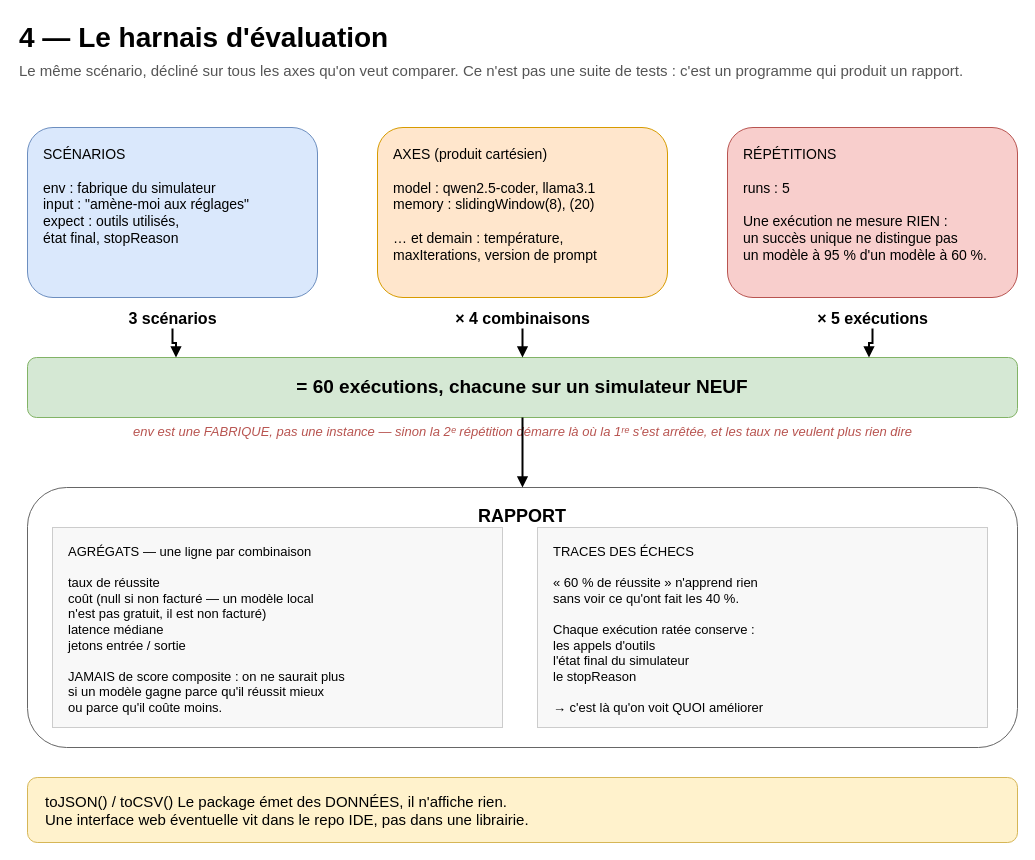
Before: page "4 : Le harnais" (4 of 5) of docs/schema/Architecture-agent-core.drawio in A-World-Felt/NATHAN-agent-package, a draw.io diagram. Source tidied: cells renumbered, new cells numbered last; positions are measured from the earlier drawing's top-left corner, leaving out a move shared by most shapes. Both pictures are drawn from the tidied source at 100%, with x=0, y=0 at pixel (17, 17).
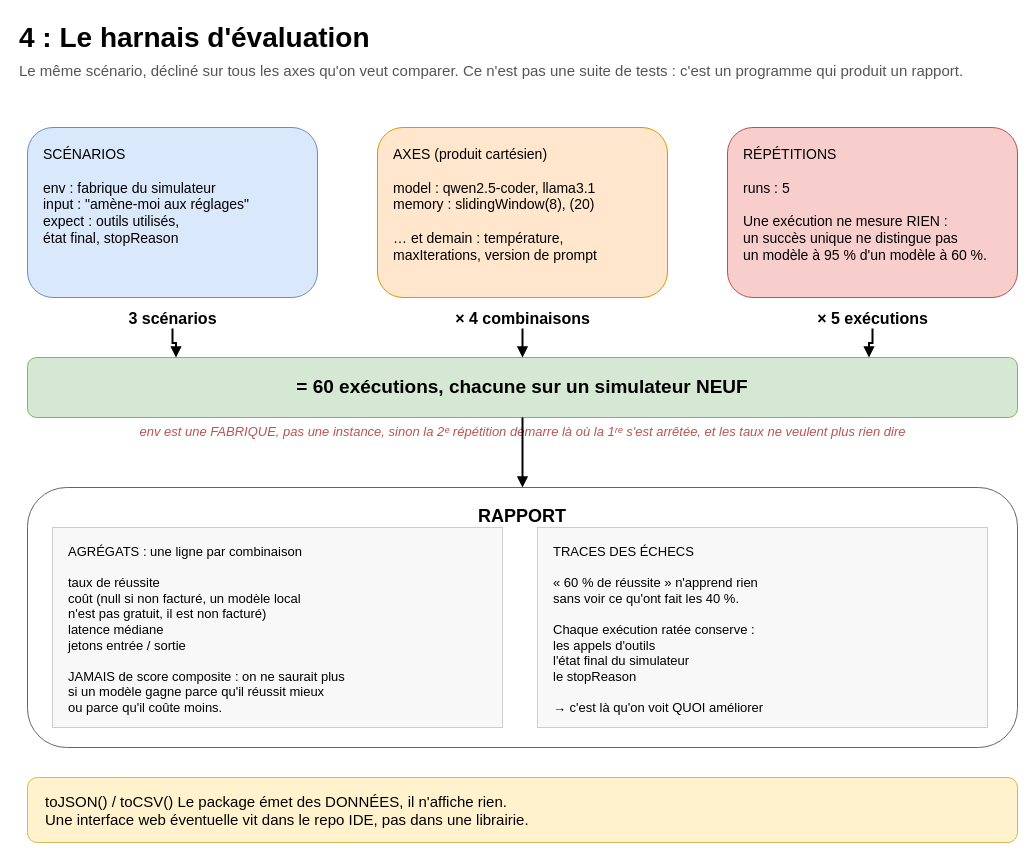
The same diagram, later.

Diff of the diagram source:
```diff
@@
 <mxGraphModel>
   <root>
     <mxCell id="0" />
     <mxCell id="1" parent="0" />
-    <mxCell id="2" value="4 — Le harnais d'évaluation" style="text;html=1;align=left;verticalAlign=middle;fontSize=28;fontStyle=1;" parent="1" vertex="1">
+    <mxCell id="2" value="4 : Le harnais d'évaluation" style="text;html=1;align=left;verticalAlign=middle;fontSize=28;fontStyle=1;" parent="1" vertex="1">
       <mxGeometry width="600" height="40" as="geometry" />
     </mxCell>
     <mxCell id="3" value="Le même scénario, décliné sur tous les axes qu'on veut comparer. Ce n'est pas une suite de tests : c'est un programme qui produit un rapport." style="text;html=1;align=left;verticalAlign=middle;fontSize=15;fontColor=#555555;" parent="1" vertex="1">
       <mxGeometry y="38" width="1000" height="30" as="geometry" />
     </mxCell>
     <mxCell id="4" value="SCÉNARIOS&#10;&#10;env : fabrique du simulateur&#10;input : &quot;amène-moi aux réglages&quot;&#10;expect : outils utilisés,&#10;              état final, stopReason" style="rounded=1;whiteSpace=wrap;html=1;fillColor=#dae8fc;strokeColor=#6c8ebf;align=left;spacingLeft=14;verticalAlign=top;spacingTop=12;fontSize=14;" parent="1" vertex="1">
       <mxGeometry x="10" y="110" width="290" height="170" as="geometry" />
     </mxCell>
     <mxCell id="5" value="3 scénarios" style="text;html=1;align=center;fontSize=16;fontStyle=1;" parent="1" vertex="1">
       <mxGeometry x="10" y="285" width="290" height="26" as="geometry" />
     </mxCell>
     <mxCell id="6" value="AXES  (produit cartésien)&#10;&#10;model  : qwen2.5-coder, llama3.1&#10;memory : slidingWindow(8), (20)&#10;&#10;… et demain : température,&#10;maxIterations, version de prompt" style="rounded=1;whiteSpace=wrap;html=1;fillColor=#ffe6cc;strokeColor=#d79b00;align=left;spacingLeft=14;verticalAlign=top;spacingTop=12;fontSize=14;" parent="1" vertex="1">
       <mxGeometry x="360" y="110" width="290" height="170" as="geometry" />
     </mxCell>
     <mxCell id="7" value="× 4 combinaisons" style="text;html=1;align=center;fontSize=16;fontStyle=1;" parent="1" vertex="1">
       <mxGeometry x="360" y="285" width="290" height="26" as="geometry" />
     </mxCell>
     <mxCell id="8" value="RÉPÉTITIONS&#10;&#10;runs : 5&#10;&#10;Une exécution ne mesure RIEN :&#10;un succès unique ne distingue pas&#10;un modèle à 95 % d'un modèle à 60 %." style="rounded=1;whiteSpace=wrap;html=1;fillColor=#f8cecc;strokeColor=#b85450;align=left;spacingLeft=14;verticalAlign=top;spacingTop=12;fontSize=14;" parent="1" vertex="1">
       <mxGeometry x="710" y="110" width="290" height="170" as="geometry" />
     </mxCell>
     <mxCell id="9" value="× 5 exécutions" style="text;html=1;align=center;fontSize=16;fontStyle=1;" parent="1" vertex="1">
       <mxGeometry x="710" y="285" width="290" height="26" as="geometry" />
     </mxCell>
     <mxCell id="10" value="=  60 exécutions,  chacune sur un simulateur NEUF" style="rounded=1;whiteSpace=wrap;html=1;fillColor=#d5e8d4;strokeColor=#82b366;fontSize=19;fontStyle=1;verticalAlign=middle;" parent="1" vertex="1">
       <mxGeometry x="10" y="340" width="990" height="60" as="geometry" />
     </mxCell>
-    <mxCell id="11" value="env est une FABRIQUE, pas une instance — sinon la 2ᵉ répétition démarre là où la 1ʳᵉ s'est arrêtée, et les taux ne veulent plus rien dire" style="text;html=1;align=center;fontSize=13;fontColor=#b85450;fontStyle=2;" parent="1" vertex="1">
+    <mxCell id="11" value="env est une FABRIQUE, pas une instance, sinon la 2ᵉ répétition démarre là où la 1ʳᵉ s'est arrêtée, et les taux ne veulent plus rien dire" style="text;html=1;align=center;fontSize=13;fontColor=#b85450;fontStyle=2;" parent="1" vertex="1">
       <mxGeometry x="10" y="400" width="990" height="26" as="geometry" />
     </mxCell>
     <mxCell id="12" style="edgeStyle=orthogonalEdgeStyle;rounded=0;html=1;endArrow=block;strokeWidth=2;exitX=0.5;exitY=1;exitDx=0;exitDy=0;entryX=0.15;entryY=0;entryDx=0;entryDy=0;" parent="1" edge="1" source="5" target="10">
       <mxGeometry relative="1" as="geometry" />
     </mxCell>
     <mxCell id="13" style="edgeStyle=orthogonalEdgeStyle;rounded=0;html=1;endArrow=block;strokeWidth=2;exitX=0.5;exitY=1;exitDx=0;exitDy=0;entryX=0.5;entryY=0;entryDx=0;entryDy=0;" parent="1" edge="1" source="7" target="10">
       <mxGeometry relative="1" as="geometry" />
     </mxCell>
     <mxCell id="14" style="edgeStyle=orthogonalEdgeStyle;rounded=0;html=1;endArrow=block;strokeWidth=2;exitX=0.5;exitY=1;exitDx=0;exitDy=0;entryX=0.85;entryY=0;entryDx=0;entryDy=0;" parent="1" edge="1" source="9" target="10">
       <mxGeometry relative="1" as="geometry" />
     </mxCell>
     <mxCell id="15" value="RAPPORT" style="rounded=1;whiteSpace=wrap;html=1;fillColor=#ffffff;strokeColor=#666666;fontSize=18;fontStyle=1;verticalAlign=top;spacingTop=12;" parent="1" vertex="1">
       <mxGeometry x="10" y="470" width="990" height="260" as="geometry" />
     </mxCell>
-    <mxCell id="16" value="AGRÉGATS — une ligne par combinaison&#10;&#10;taux de réussite&#10;coût  (null si non facturé — un modèle local&#10;         n'est pas gratuit, il est non facturé)&#10;latence médiane&#10;jetons entrée / sortie&#10;&#10;JAMAIS de score composite : on ne saurait plus&#10;si un modèle gagne parce qu'il réussit mieux&#10;ou parce qu'il coûte moins." style="rounded=0;whiteSpace=wrap;html=1;fillColor=#f8f8f8;strokeColor=#cccccc;align=left;spacingLeft=14;verticalAlign=top;spacingTop=10;fontSize=13;" parent="1" vertex="1">
+    <mxCell id="16" value="AGRÉGATS : une ligne par combinaison&#10;&#10;taux de réussite&#10;coût  (null si non facturé, un modèle local&#10;         n'est pas gratuit, il est non facturé)&#10;latence médiane&#10;jetons entrée / sortie&#10;&#10;JAMAIS de score composite : on ne saurait plus&#10;si un modèle gagne parce qu'il réussit mieux&#10;ou parce qu'il coûte moins." style="rounded=0;whiteSpace=wrap;html=1;fillColor=#f8f8f8;strokeColor=#cccccc;align=left;spacingLeft=14;verticalAlign=top;spacingTop=10;fontSize=13;" parent="1" vertex="1">
       <mxGeometry x="35" y="510" width="450" height="200" as="geometry" />
     </mxCell>
     <mxCell id="17" value="TRACES DES ÉCHECS&#10;&#10;« 60 % de réussite » n'apprend rien&#10;sans voir ce qu'ont fait les 40 %.&#10;&#10;Chaque exécution ratée conserve :&#10;   les appels d'outils&#10;   l'état final du simulateur&#10;   le stopReason&#10;&#10;→ c'est là qu'on voit QUOI améliorer" style="rounded=0;whiteSpace=wrap;html=1;fillColor=#f8f8f8;strokeColor=#cccccc;align=left;spacingLeft=14;verticalAlign=top;spacingTop=10;fontSize=13;" parent="1" vertex="1">
       <mxGeometry x="520" y="510" width="450" height="200" as="geometry" />
     </mxCell>
     <mxCell id="18" style="edgeStyle=orthogonalEdgeStyle;rounded=0;html=1;endArrow=block;strokeWidth=2;exitX=0.5;exitY=1;exitDx=0;exitDy=0;entryX=0.5;entryY=0;entryDx=0;entryDy=0;" parent="1" edge="1" source="10" target="15">
       <mxGeometry relative="1" as="geometry" />
     </mxCell>
     <mxCell id="19" value="toJSON()  /  toCSV()          Le package émet des DONNÉES, il n'affiche rien.&lt;br&gt;Une interface web éventuelle vit dans le repo IDE, pas dans une librairie." style="rounded=1;whiteSpace=wrap;html=1;fillColor=#fff2cc;strokeColor=#d6b656;align=left;spacingLeft=16;verticalAlign=middle;fontSize=15;" parent="1" vertex="1">
       <mxGeometry x="10" y="760" width="990" height="65" as="geometry" />
     </mxCell>
   </root>
 </mxGraphModel>
```
